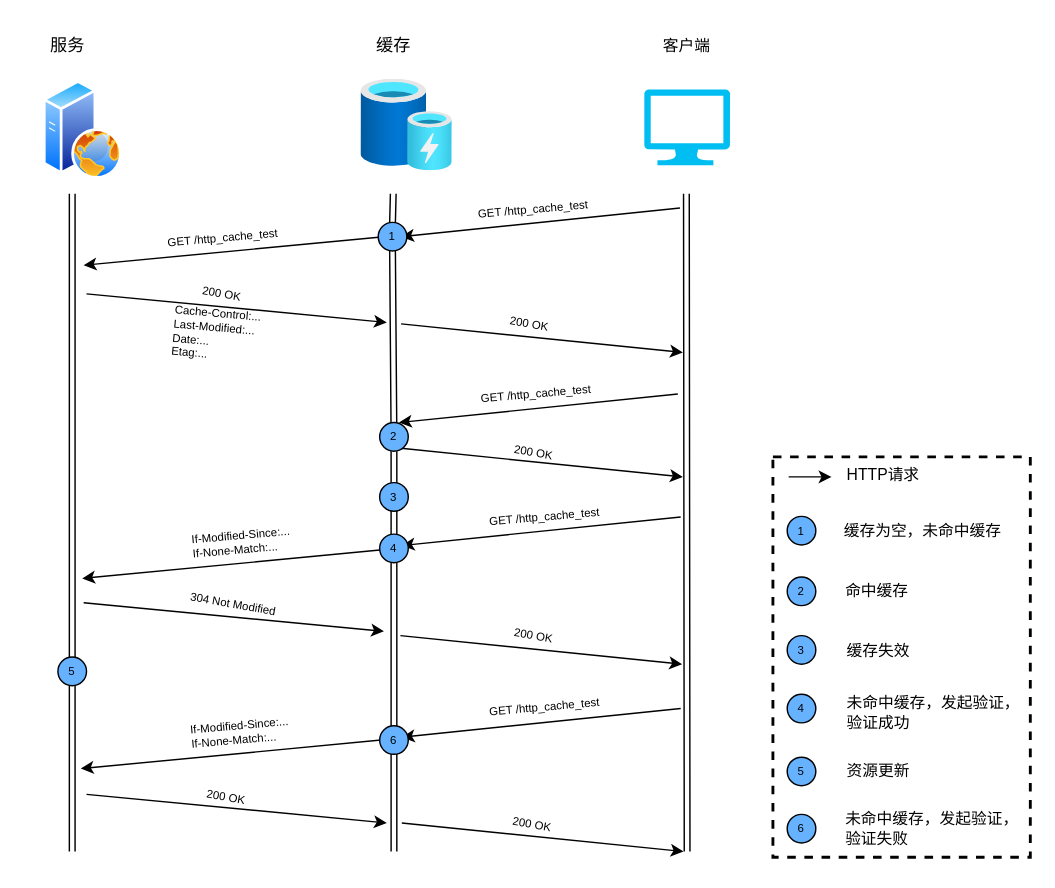
The draw.io diagram drawio/http_cache_time.drawio in happinessandlove/Pic, before the edit. Source tidied: cells renumbered, new cells numbered last; positions are measured from the earlier drawing's top-left corner, leaving out a move shared by most shapes. Both pictures are drawn from the tidied source at 143%, with x=0, y=0 at pixel (24, 24).
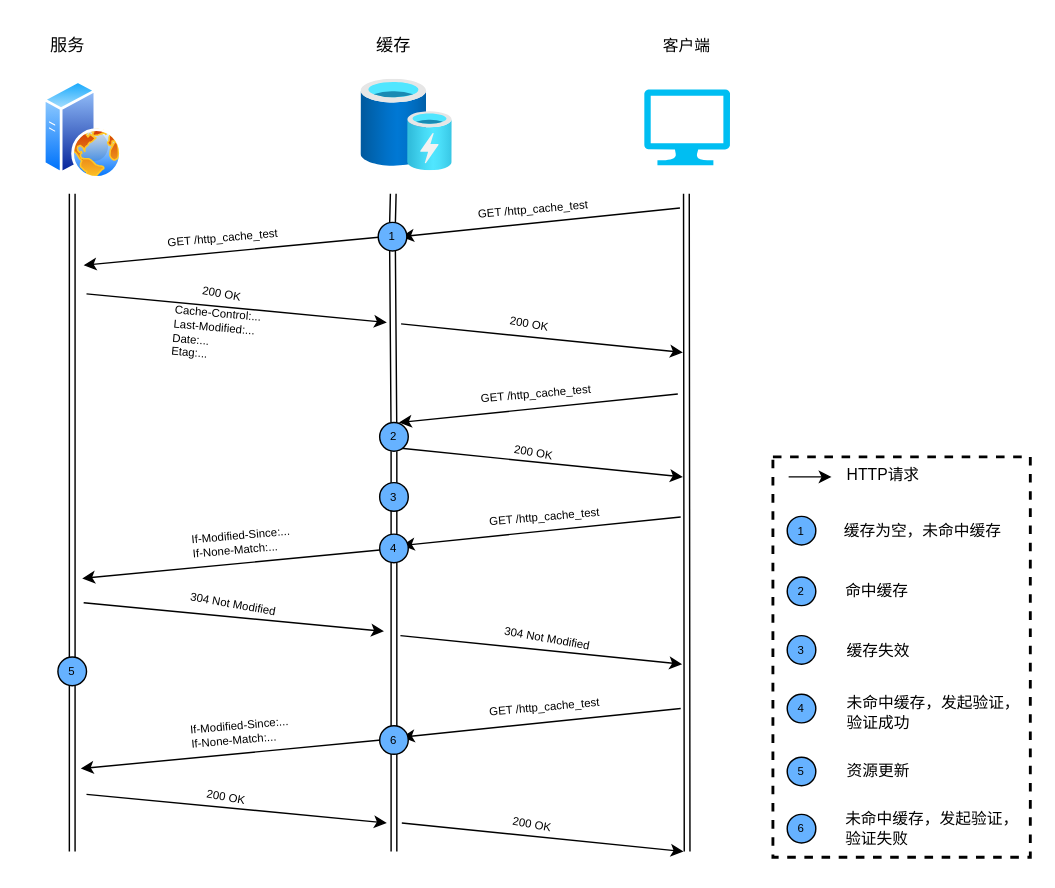
After the change.

Diff of the diagram source:
```diff
@@
-    <mxCell id="33" value="200 OK" style="text;html=1;strokeColor=none;fillColor=none;align=center;verticalAlign=middle;whiteSpace=wrap;rounded=0;fontSize=8;rotation=10;" parent="1" vertex="1">
-      <mxGeometry x="326" y="412" width="60" height="30" as="geometry" />
+    <mxCell id="33" value="304 Not Modified" style="text;html=1;strokeColor=none;fillColor=none;align=center;verticalAlign=middle;whiteSpace=wrap;rounded=0;fontSize=8;rotation=10;" parent="1" vertex="1">
+      <mxGeometry x="321.8" y="414.3" width="87" height="30" as="geometry" />
     </mxCell>
```
